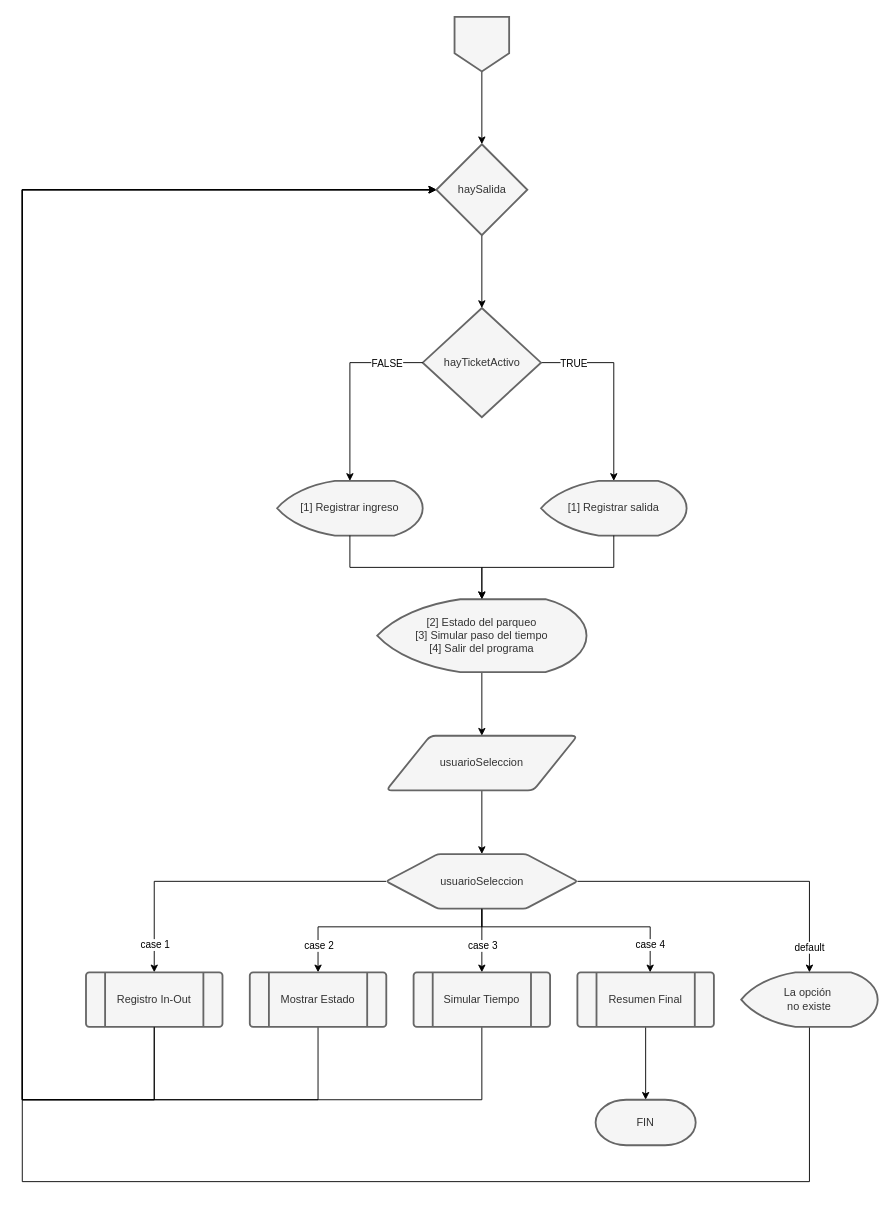
Above: page "Menu Principal" (3 of 7) of docs/Graficos.drawio in xrmerida/SmartPark (draw.io), before the change. Source tidied: cells renumbered, new cells numbered last; positions are measured from the earlier drawing's top-left corner, leaving out a move shared by most shapes. Both pictures are drawn from the tidied source at 91%, with x=0, y=0 at pixel (22, 16).
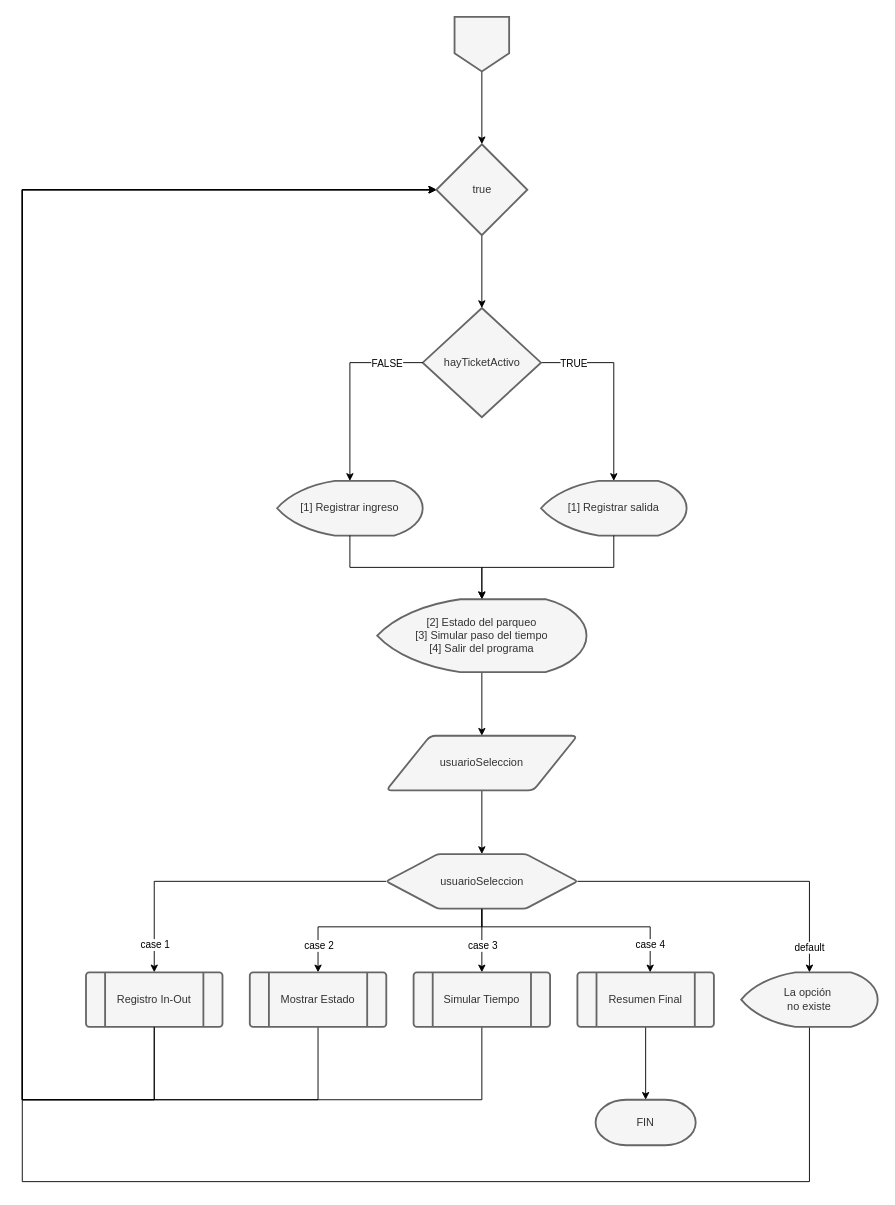
The same page after the edit.

Commit message:
fixup! Añadido \ Grafico: Registro Salida

What changed in the source:
```diff
@@
-    <mxCell id="41" value="haySalida" style="strokeWidth=2;html=1;shape=mxgraph.flowchart.decision;fillColor=#f5f5f5;fontColor=#333333;strokeColor=#666666;verticalAlign=middle;align=center;labelPosition=center;verticalLabelPosition=middle;shadow=0;" parent="1" vertex="1">
+    <mxCell id="41" value="true" style="strokeWidth=2;html=1;shape=mxgraph.flowchart.decision;fillColor=#f5f5f5;fontColor=#333333;strokeColor=#666666;verticalAlign=middle;align=center;labelPosition=center;verticalLabelPosition=middle;shadow=0;" parent="1" vertex="1">
       <mxGeometry x="455" y="140" width="100" height="100" as="geometry" />
     </mxCell>
```
